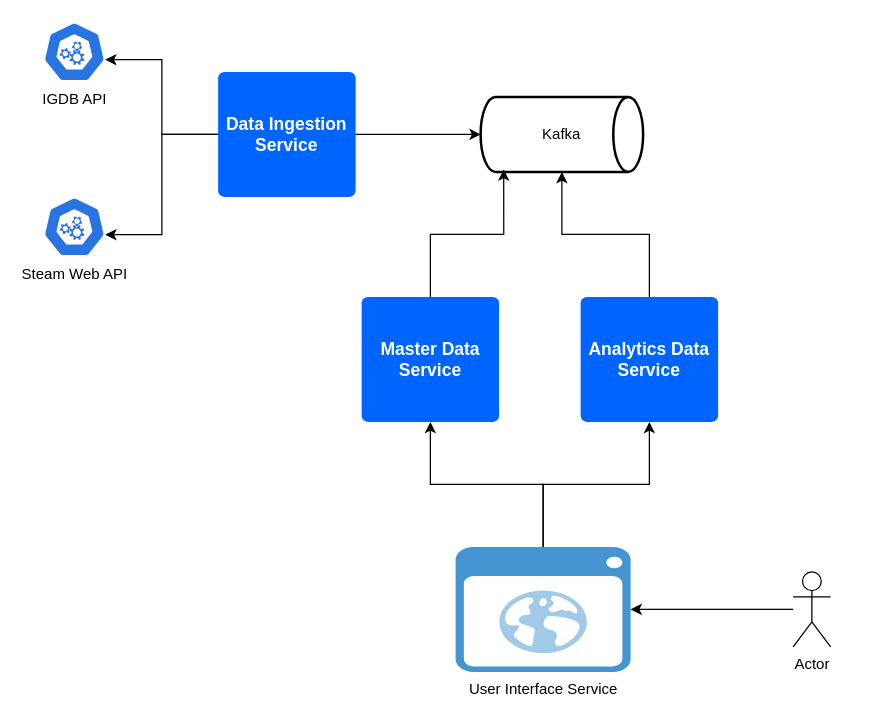
This is Untitled Diagram.drawio from aloutta/ghq-common, a draw.io file, before an edit. Source tidied: cells renumbered, new cells numbered last; positions are measured from the earlier drawing's top-left corner, leaving out a move shared by most shapes. Both pictures are drawn from the tidied source at 125%, with x=0, y=0 at pixel (42, 21).
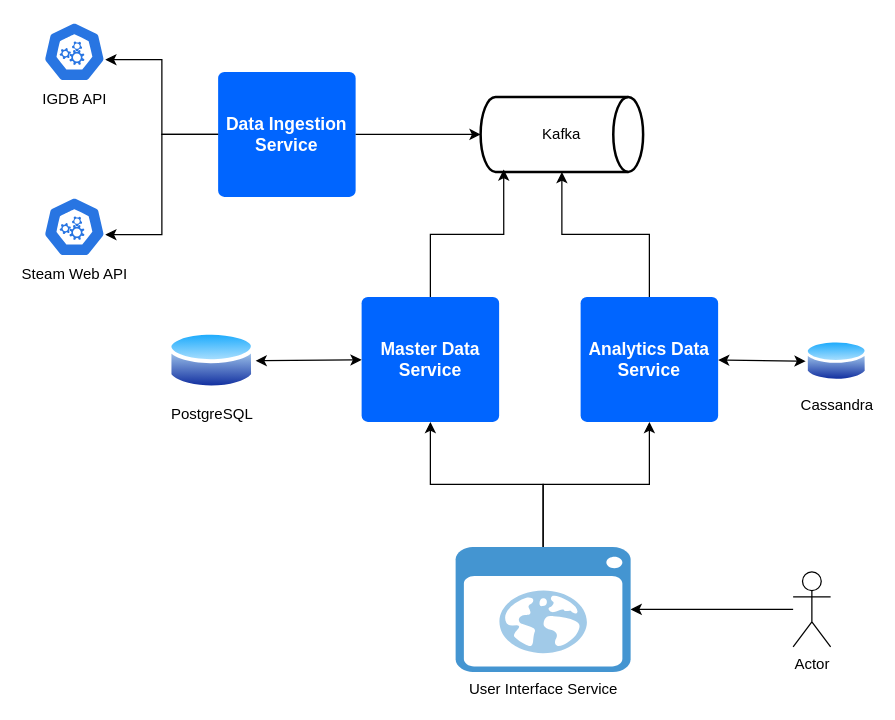
After the change.

Unchanged cells that the change refers to:
```xml
<mxCell id="6" value="Master Data Service" style="rounded=1;arcSize=5;fillColor=#0065FF;strokeColor=none;fontColor=#ffffff;align=center;verticalAlign=middle;whiteSpace=wrap;fontSize=14;fontStyle=1;html=1;sketch=0;" parent="1" vertex="1">
  <mxGeometry x="254.8" y="220" width="110" height="100" as="geometry" />
</mxCell>
<mxCell id="8" value="Analytics Data Service" style="rounded=1;arcSize=5;fillColor=#0065FF;strokeColor=none;fontColor=#ffffff;align=center;verticalAlign=middle;whiteSpace=wrap;fontSize=14;fontStyle=1;html=1;sketch=0;" parent="1" vertex="1">
  <mxGeometry x="430" y="220" width="110" height="100" as="geometry" />
</mxCell>
```

The edit, as a diff of the source:
```diff
@@
+    <mxCell id="18" value="PostgreSQL" style="image;perimeter=ellipsePerimeter;html=1;align=center;shadow=0;dashed=0;spacingTop=3;image=img/lib/active_directory/database.svg;" parent="1" vertex="1">
+      <mxGeometry x="100" y="245.2" width="70" height="51.8" as="geometry" />
+    </mxCell>
+    <mxCell id="19" style="endArrow=classic;startArrow=classic;html=1;rounded=0;" parent="1" edge="1" source="18" target="6">
+      <mxGeometry relative="1" as="geometry" />
+    </mxCell>
+    <mxCell id="20" value="&lt;div&gt;Cassandra&lt;/div&gt;" style="image;perimeter=ellipsePerimeter;html=1;align=center;shadow=0;dashed=0;spacingTop=3;image=img/lib/active_directory/database.svg;" parent="1" vertex="1">
+      <mxGeometry x="610" y="253" width="50" height="37" as="geometry" />
+    </mxCell>
+    <mxCell id="21" style="endArrow=classic;startArrow=classic;html=1;rounded=0;" parent="1" edge="1" source="20" target="8">
+      <mxGeometry relative="1" as="geometry" />
+    </mxCell>
```
